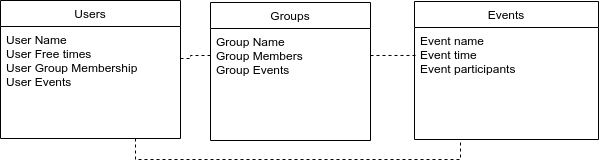
Above: Domain_Diagram.png in calvin-cs262-fall2020-teamD/freetime-project (draw.io), before the change. Source tidied: cells renumbered, new cells last; positions are measured from the earlier drawing's top-left corner, leaving out a move shared by most shapes. Its diagram source:
```xml
<mxGraphModel>
  <root>
    <mxCell id="0" />
    <mxCell id="1" parent="0" />
    <mxCell id="2" value="Groups" style="swimlane;fontStyle=0;align=center;verticalAlign=top;horizontal=1;startSize=26;rounded=0;shadow=0;strokeWidth=1;" parent="1" vertex="1">
      <mxGeometry x="210" y="2" width="160" height="138" as="geometry" />
    </mxCell>
    <mxCell id="3" value="Group Name&#10;Group Members&#10;Group Events" style="text;align=left;verticalAlign=top;spacingLeft=4;spacingRight=4;overflow=hidden;points=[[0,0.5],[1,0.5]];portConstraint=eastwest;" parent="2" vertex="1">
      <mxGeometry y="26" width="160" height="54" as="geometry" />
    </mxCell>
    <mxCell id="4" value="Events" style="swimlane;fontStyle=0;align=center;verticalAlign=top;horizontal=1;startSize=26;rounded=0;shadow=0;strokeWidth=1;" parent="1" vertex="1">
      <mxGeometry x="414" y="1" width="184" height="138" as="geometry" />
    </mxCell>
    <mxCell id="5" value="Event name&#10;Event time&#10;Event participants" style="text;align=left;verticalAlign=top;spacingLeft=4;spacingRight=4;overflow=hidden;points=[[0,0.5],[1,0.5]];portConstraint=eastwest;rounded=0;shadow=0;html=0;" parent="4" vertex="1">
      <mxGeometry y="26" width="184" height="74" as="geometry" />
    </mxCell>
    <mxCell id="6" style="edgeStyle=orthogonalEdgeStyle;rounded=0;jettySize=auto;html=1;exitX=0;exitY=0.5;exitDx=0;exitDy=0;entryX=1;entryY=0.75;entryDx=0;entryDy=0;strokeColor=none;jumpStyle=gap;" parent="1" edge="1" target="2">
      <mxGeometry relative="1" as="geometry">
        <mxPoint x="411" y="74" as="sourcePoint" />
      </mxGeometry>
    </mxCell>
    <mxCell id="7" style="edgeStyle=orthogonalEdgeStyle;rounded=0;jettySize=auto;html=1;exitX=0.75;exitY=1;exitDx=0;exitDy=0;entryX=0.25;entryY=1;entryDx=0;entryDy=0;dashed=1;endArrow=none;endFill=0;" parent="1" edge="1" source="8" target="4">
      <mxGeometry relative="1" as="geometry" />
    </mxCell>
    <mxCell id="8" value="Users" style="swimlane;fontStyle=0;align=center;verticalAlign=top;horizontal=1;startSize=26;rounded=0;shadow=0;strokeWidth=1;" parent="1" vertex="1">
      <mxGeometry width="180" height="138" as="geometry" />
    </mxCell>
    <mxCell id="9" value="User Name&#10;User Free times&#10;User Group Membership&#10;User Events" style="text;align=left;verticalAlign=top;spacingLeft=4;spacingRight=4;overflow=hidden;points=[[0,0.5],[1,0.5]];portConstraint=eastwest;" parent="8" vertex="1">
      <mxGeometry y="26" width="180" height="64" as="geometry" />
    </mxCell>
    <mxCell id="10" style="edgeStyle=orthogonalEdgeStyle;rounded=0;jettySize=auto;html=1;exitX=1;exitY=0.5;exitDx=0;exitDy=0;entryX=0.011;entryY=0.378;entryDx=0;entryDy=0;entryPerimeter=0;dashed=1;endArrow=none;endFill=0;" parent="1" edge="1" source="3" target="5">
      <mxGeometry relative="1" as="geometry" />
    </mxCell>
    <mxCell id="11" style="edgeStyle=orthogonalEdgeStyle;rounded=0;jettySize=auto;html=1;entryX=1;entryY=0.5;entryDx=0;entryDy=0;dashed=1;endArrow=none;endFill=0;" parent="1" edge="1" source="3" target="9">
      <mxGeometry relative="1" as="geometry" />
    </mxCell>
  </root>
</mxGraphModel>
```
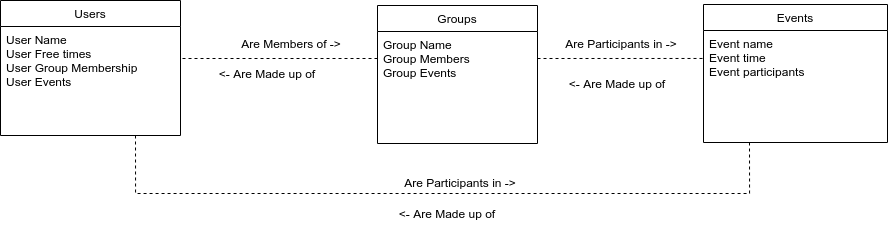
After the change.

Commit message:
Updates domain model picture

Diff of the diagram source:
```diff
@@ -9,7 +9,7 @@
       <mxGeometry y="26" width="160" height="54" as="geometry" />
     </mxCell>
     <mxCell id="4" value="Events" style="swimlane;fontStyle=0;align=center;verticalAlign=top;horizontal=1;startSize=26;rounded=0;shadow=0;strokeWidth=1;" parent="1" vertex="1">
-      <mxGeometry x="414" y="1" width="184" height="138" as="geometry" />
+      <mxGeometry x="536" y="1" width="184" height="138" as="geometry" />
     </mxCell>
     <mxCell id="5" value="Event name&#10;Event time&#10;Event participants" style="text;align=left;verticalAlign=top;spacingLeft=4;spacingRight=4;overflow=hidden;points=[[0,0.5],[1,0.5]];portConstraint=eastwest;rounded=0;shadow=0;html=0;" parent="4" vertex="1">
       <mxGeometry y="26" width="184" height="74" as="geometry" />
@@ -20,10 +20,15 @@
       </mxGeometry>
     </mxCell>
     <mxCell id="7" style="edgeStyle=orthogonalEdgeStyle;rounded=0;jettySize=auto;html=1;exitX=0.75;exitY=1;exitDx=0;exitDy=0;entryX=0.25;entryY=1;entryDx=0;entryDy=0;dashed=1;endArrow=none;endFill=0;" parent="1" edge="1" source="8" target="4">
-      <mxGeometry relative="1" as="geometry" />
+      <mxGeometry relative="1" as="geometry">
+        <Array as="points">
+          <mxPoint x="-32" y="190" />
+          <mxPoint x="582" y="190" />
+        </Array>
+      </mxGeometry>
     </mxCell>
     <mxCell id="8" value="Users" style="swimlane;fontStyle=0;align=center;verticalAlign=top;horizontal=1;startSize=26;rounded=0;shadow=0;strokeWidth=1;" parent="1" vertex="1">
-      <mxGeometry width="180" height="138" as="geometry" />
+      <mxGeometry x="-167" y="-3" width="180" height="135" as="geometry" />
     </mxCell>
     <mxCell id="9" value="User Name&#10;User Free times&#10;User Group Membership&#10;User Events" style="text;align=left;verticalAlign=top;spacingLeft=4;spacingRight=4;overflow=hidden;points=[[0,0.5],[1,0.5]];portConstraint=eastwest;" parent="8" vertex="1">
       <mxGeometry y="26" width="180" height="64" as="geometry" />
@@ -34,5 +39,23 @@
     <mxCell id="11" style="edgeStyle=orthogonalEdgeStyle;rounded=0;jettySize=auto;html=1;entryX=1;entryY=0.5;entryDx=0;entryDy=0;dashed=1;endArrow=none;endFill=0;" parent="1" edge="1" source="3" target="9">
       <mxGeometry relative="1" as="geometry" />
     </mxCell>
+    <mxCell id="12" value="Are Participants in -&amp;gt;" style="text;html=1;strokeColor=none;fillColor=none;align=center;verticalAlign=middle;whiteSpace=wrap;rounded=0;" parent="1" vertex="1">
+      <mxGeometry x="379" y="30" width="150" height="20" as="geometry" />
+    </mxCell>
+    <mxCell id="13" value="Are Members of -&amp;gt;" style="text;html=1;strokeColor=none;fillColor=none;align=center;verticalAlign=middle;whiteSpace=wrap;rounded=0;" parent="1" vertex="1">
+      <mxGeometry x="69" y="30" width="110" height="20" as="geometry" />
+    </mxCell>
+    <mxCell id="14" value="&amp;lt;- Are Made up of" style="text;html=1;strokeColor=none;fillColor=none;align=center;verticalAlign=middle;whiteSpace=wrap;rounded=0;" parent="1" vertex="1">
+      <mxGeometry x="20" y="60" width="160" height="20" as="geometry" />
+    </mxCell>
+    <mxCell id="15" value="Are Participants in -&amp;gt;" style="text;html=1;strokeColor=none;fillColor=none;align=center;verticalAlign=middle;whiteSpace=wrap;rounded=0;" parent="1" vertex="1">
+      <mxGeometry x="223" y="169" width="140" height="20" as="geometry" />
+    </mxCell>
+    <mxCell id="16" value="&amp;lt;- Are Made up of" style="text;html=1;strokeColor=none;fillColor=none;align=center;verticalAlign=middle;whiteSpace=wrap;rounded=0;" parent="1" vertex="1">
+      <mxGeometry x="370" y="70" width="160" height="20" as="geometry" />
+    </mxCell>
+    <mxCell id="17" value="&amp;lt;- Are Made up of" style="text;html=1;strokeColor=none;fillColor=none;align=center;verticalAlign=middle;whiteSpace=wrap;rounded=0;" parent="1" vertex="1">
+      <mxGeometry x="200" y="200" width="160" height="20" as="geometry" />
+    </mxCell>
   </root>
 </mxGraphModel>
```
